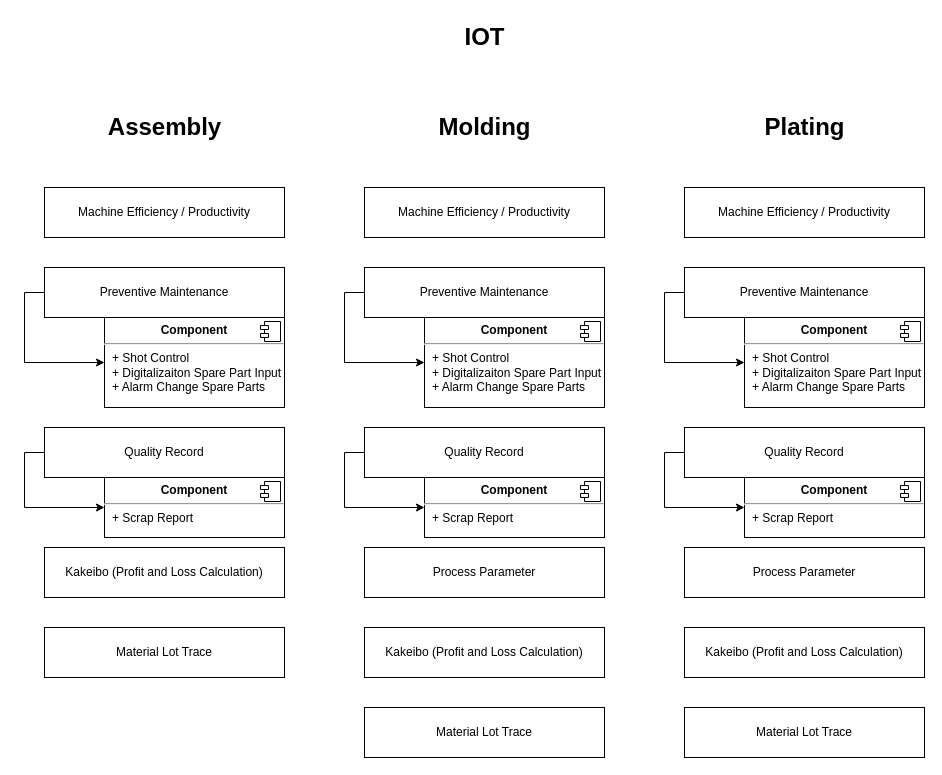
Above: Mainframe IOT Diagram.drawio in arizmuajianisan/flowchart (draw.io), before the change. Source tidied: cells renumbered, new cells numbered last; positions are measured from the earlier drawing's top-left corner, leaving out a move shared by most shapes. Both pictures are drawn from the tidied source at 100%, with x=0, y=0 at pixel (44, 17).
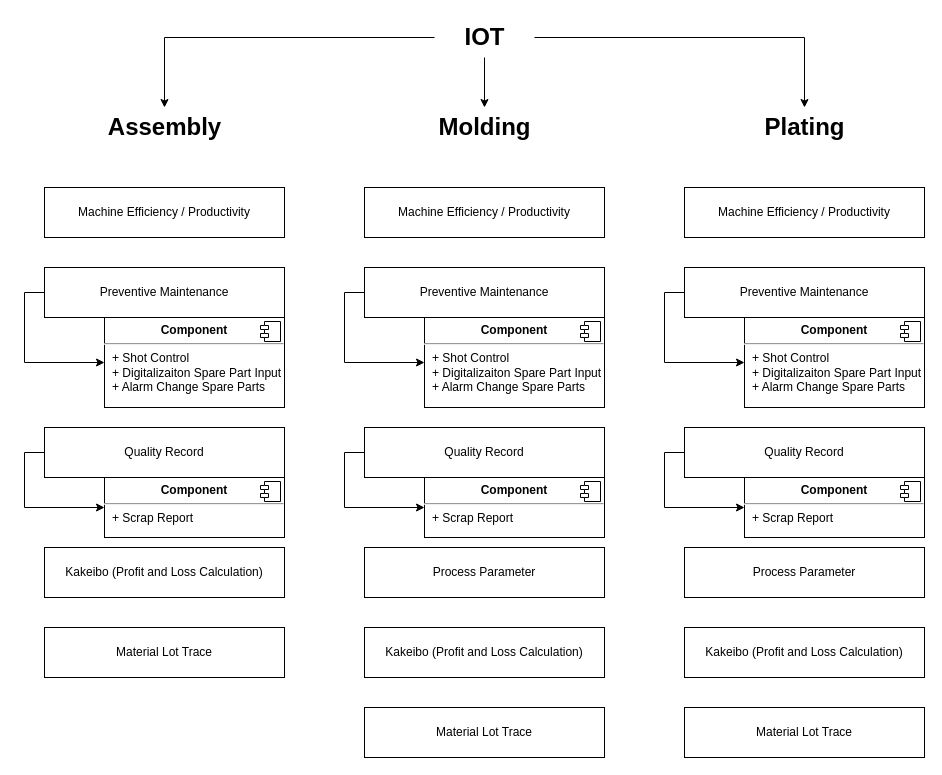
After the change.

Unchanged cells that the change refers to:
```xml
<mxCell id="2" value="IOT" style="text;strokeColor=none;fillColor=none;html=1;fontSize=24;fontStyle=1;verticalAlign=middle;align=center;" parent="1" vertex="1">
  <mxGeometry x="390" width="100" height="40" as="geometry" />
</mxCell>
<mxCell id="3" value="Assembly" style="text;strokeColor=none;fillColor=none;html=1;fontSize=24;fontStyle=1;verticalAlign=middle;align=center;" parent="1" vertex="1">
  <mxGeometry x="70" y="90" width="100" height="40" as="geometry" />
</mxCell>
<mxCell id="4" value="Molding" style="text;strokeColor=none;fillColor=none;html=1;fontSize=24;fontStyle=1;verticalAlign=middle;align=center;" parent="1" vertex="1">
  <mxGeometry x="390" y="90" width="100" height="40" as="geometry" />
</mxCell>
<mxCell id="5" value="Plating" style="text;strokeColor=none;fillColor=none;html=1;fontSize=24;fontStyle=1;verticalAlign=middle;align=center;" parent="1" vertex="1">
  <mxGeometry x="710" y="90" width="100" height="40" as="geometry" />
</mxCell>
```

What changed in the source:
```diff
@@
+    <mxCell id="41" style="edgeStyle=orthogonalEdgeStyle;rounded=0;jettySize=auto;html=1;entryX=0.5;entryY=0;entryDx=0;entryDy=0;" parent="1" edge="1" source="2" target="3">
+      <mxGeometry relative="1" as="geometry" />
+    </mxCell>
+    <mxCell id="42" style="edgeStyle=orthogonalEdgeStyle;rounded=0;jettySize=auto;html=1;entryX=0.5;entryY=0;entryDx=0;entryDy=0;" parent="1" edge="1" source="2" target="4">
+      <mxGeometry relative="1" as="geometry" />
+    </mxCell>
+    <mxCell id="43" style="edgeStyle=orthogonalEdgeStyle;rounded=0;jettySize=auto;html=1;entryX=0.5;entryY=0;entryDx=0;entryDy=0;" parent="1" edge="1" source="2" target="5">
+      <mxGeometry relative="1" as="geometry" />
+    </mxCell>
```
